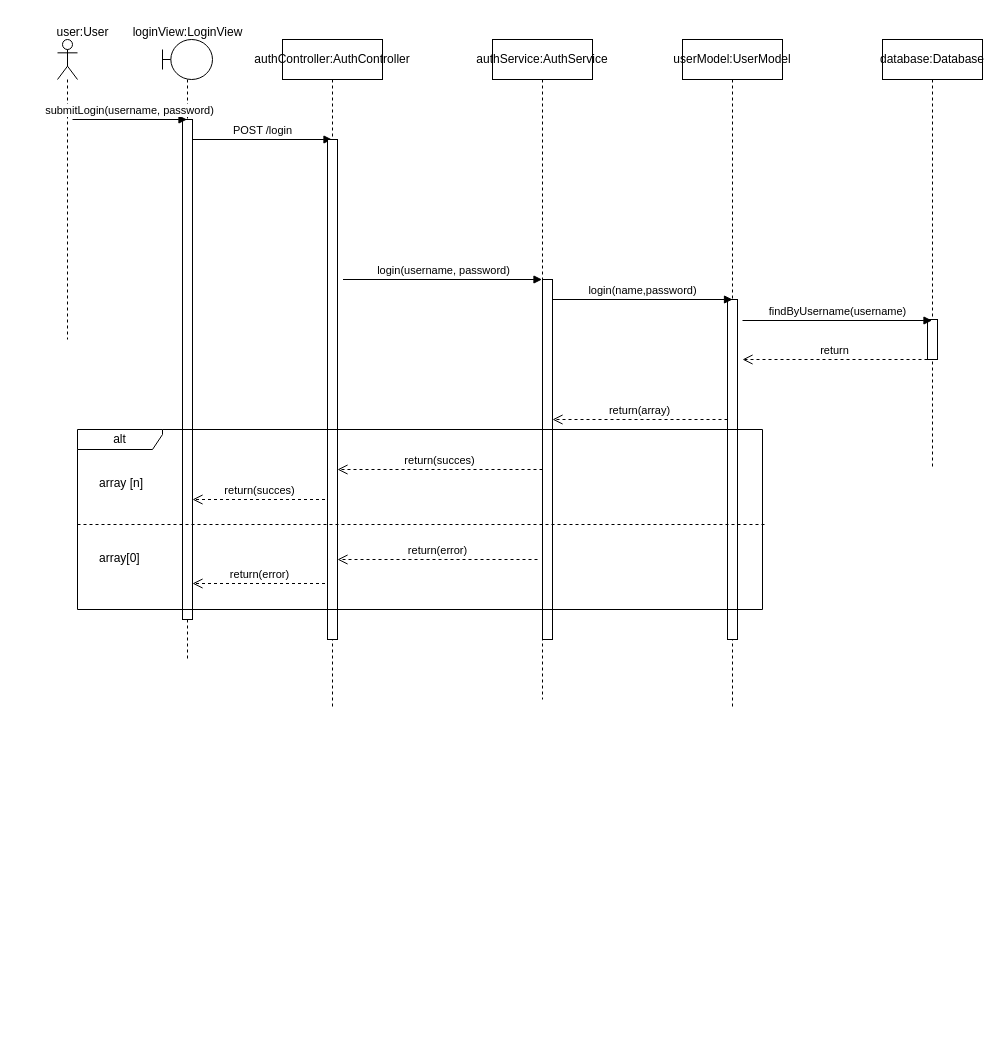
spiritou/MO_Data_Entry keeps this draw.io diagram as docs/diagram/sequence/Login.drawio. Above is the earlier version. Source tidied: cells renumbered, new cells numbered last; positions are measured from the earlier drawing's top-left corner, leaving out a move shared by most shapes. Both pictures are drawn from the tidied source at 100%, with x=0, y=0 at pixel (57, 17).
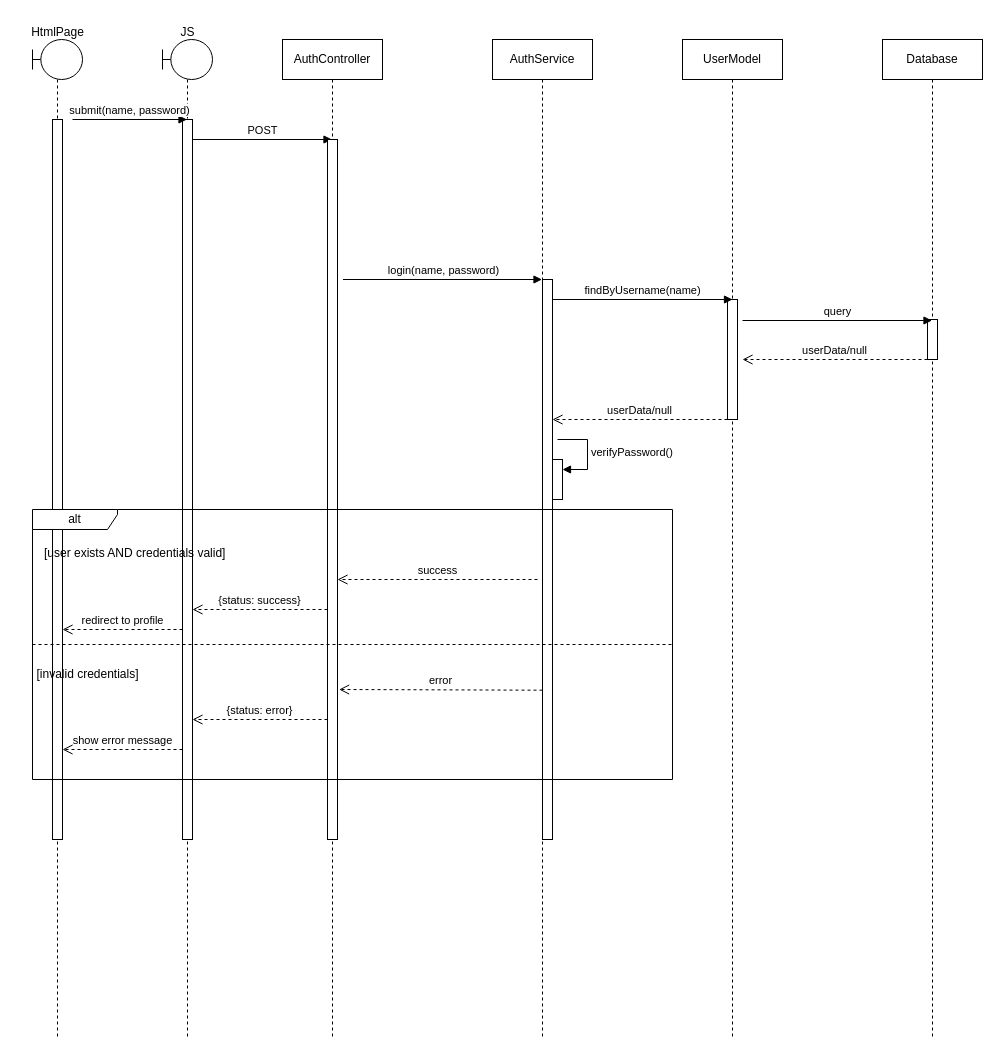
After the change.

Commit message:
sqce diagram completed

Change to the diagram source:
```diff
@@
-    <mxCell id="2" style="shape=umlLifeline;perimeter=lifelinePerimeter;whiteSpace=wrap;html=1;newEdgeStyle={&quot;curved&quot;:0,&quot;rounded&quot;:0};participant=umlActor;size=40;" parent="1" vertex="1">
-      <mxGeometry y="22" width="20" height="300" as="geometry" />
-    </mxCell>
     <mxCell id="3" style="shape=umlLifeline;perimeter=lifelinePerimeter;whiteSpace=wrap;html=1;outlineConnect=0;portConstraint=eastwest;newEdgeStyle={&quot;curved&quot;:0,&quot;rounded&quot;:0};participant=umlBoundary;" parent="1" vertex="1">
-      <mxGeometry x="105" y="22" width="50" height="620" as="geometry" />
+      <mxGeometry x="105" y="22" width="50" height="1000" as="geometry" />
     </mxCell>
     <mxCell id="4" style="html=1;perimeter=orthogonalPerimeter;targetShapes=umlLifeline;newEdgeStyle={&quot;curved&quot;:0,&quot;rounded&quot;:0};" parent="3" vertex="1">
-      <mxGeometry x="20" y="80" width="10" height="500" as="geometry" />
+      <mxGeometry x="20" y="80" width="10" height="720" as="geometry" />
     </mxCell>
-    <mxCell id="5" value="user:User" style="text;html=1;align=center;verticalAlign=middle;strokeColor=none;fillColor=none;" parent="1" vertex="1">
-      <mxGeometry width="50" height="30" as="geometry" />
+    <mxCell id="5" value="HtmlPage" style="text;html=1;align=center;verticalAlign=middle;strokeColor=none;fillColor=none;" parent="1" vertex="1">
+      <mxGeometry x="-40" width="80" height="30" as="geometry" />
     </mxCell>
-    <mxCell id="6" value="loginView:LoginView" style="text;html=1;align=center;verticalAlign=middle;strokeColor=none;fillColor=none;" parent="1" vertex="1">
-      <mxGeometry x="85" width="90" height="30" as="geometry" />
+    <mxCell id="6" value="JS" style="text;html=1;align=center;verticalAlign=middle;strokeColor=none;fillColor=none;" parent="1" vertex="1">
+      <mxGeometry x="110" width="40" height="30" as="geometry" />
     </mxCell>
-    <mxCell id="7" value="authService:AuthService" style="shape=umlLifeline;perimeter=lifelinePerimeter;whiteSpace=wrap;html=1;outlineConnect=0;portConstraint=eastwest;newEdgeStyle={&quot;curved&quot;:0,&quot;rounded&quot;:0};" parent="1" vertex="1">
-      <mxGeometry x="435" y="22" width="100" height="660" as="geometry" />
+    <mxCell id="7" value="AuthService" style="shape=umlLifeline;perimeter=lifelinePerimeter;whiteSpace=wrap;html=1;outlineConnect=0;portConstraint=eastwest;newEdgeStyle={&quot;curved&quot;:0,&quot;rounded&quot;:0};" parent="1" vertex="1">
+      <mxGeometry x="435" y="22" width="100" height="1000" as="geometry" />
     </mxCell>
     <mxCell id="8" style="html=1;perimeter=orthogonalPerimeter;targetShapes=umlLifeline;newEdgeStyle={&quot;curved&quot;:0,&quot;rounded&quot;:0};" parent="7" vertex="1">
-      <mxGeometry x="50" y="240" width="10" height="360" as="geometry" />
+      <mxGeometry x="50" y="240" width="10" height="560" as="geometry" />
     </mxCell>
+    <mxCell id="29" style="html=1;points=[[0,0,0,0,5],[0,1,0,0,-5],[1,0,0,0,5],[1,1,0,0,-5]];perimeter=orthogonalPerimeter;outlineConnect=0;targetShapes=umlLifeline;portConstraint=eastwest;newEdgeStyle={&quot;curved&quot;:0,&quot;rounded&quot;:0};" parent="7" vertex="1">
+      <mxGeometry x="60" y="420" width="10" height="40" as="geometry" />
+    </mxCell>
+    <mxCell id="30" value="verifyPassword()" style="html=1;align=left;spacingLeft=2;endArrow=block;rounded=0;edgeStyle=orthogonalEdgeStyle;curved=0;rounded=0;" parent="7" edge="1" target="29">
+      <mxGeometry relative="1" as="geometry">
+        <mxPoint x="65" y="400" as="sourcePoint" />
+        <Array as="points">
+          <mxPoint x="95" y="430" />
+        </Array>
+      </mxGeometry>
+    </mxCell>
-    <mxCell id="9" value="userModel:UserModel" style="shape=umlLifeline;perimeter=lifelinePerimeter;whiteSpace=wrap;html=1;newEdgeStyle={&quot;curved&quot;:0,&quot;rounded&quot;:0};" parent="1" vertex="1">
-      <mxGeometry x="625" y="22" width="100" height="670" as="geometry" />
+    <mxCell id="9" value="UserModel" style="shape=umlLifeline;perimeter=lifelinePerimeter;whiteSpace=wrap;html=1;newEdgeStyle={&quot;curved&quot;:0,&quot;rounded&quot;:0};" parent="1" vertex="1">
+      <mxGeometry x="625" y="22" width="100" height="1000" as="geometry" />
     </mxCell>
     <mxCell id="10" style="html=1;perimeter=orthogonalPerimeter;targetShapes=umlLifeline;newEdgeStyle={&quot;curved&quot;:0,&quot;rounded&quot;:0};" parent="9" vertex="1">
-      <mxGeometry x="45" y="260" width="10" height="340" as="geometry" />
+      <mxGeometry x="45" y="260" width="10" height="120" as="geometry" />
     </mxCell>
-    <mxCell id="11" value="submitLogin(username, password)" style="html=1;verticalAlign=bottom;endArrow=block;curved=0;rounded=0;" parent="1" edge="1" target="3">
+    <mxCell id="11" value="submit(name, password)" style="html=1;verticalAlign=bottom;endArrow=block;curved=0;rounded=0;" parent="1" edge="1" target="3">
       <mxGeometry relative="1" as="geometry">
         <mxPoint x="15" y="102" as="sourcePoint" />
       </mxGeometry>
     </mxCell>
-    <mxCell id="12" value="POST /login" style="html=1;verticalAlign=bottom;endArrow=block;curved=0;rounded=0;" parent="1" edge="1">
+    <mxCell id="12" value="POST" style="html=1;verticalAlign=bottom;endArrow=block;curved=0;rounded=0;" parent="1" edge="1">
       <mxGeometry relative="1" as="geometry">
         <mxPoint x="135" y="122" as="sourcePoint" />
         <mxPoint x="274.5" y="122" as="targetPoint" />
       </mxGeometry>
     </mxCell>
-    <mxCell id="13" value="login(username, password)" style="html=1;verticalAlign=bottom;endArrow=block;curved=0;rounded=0;" parent="1" edge="1" target="7">
+    <mxCell id="13" value="login(name, password)" style="html=1;verticalAlign=bottom;endArrow=block;curved=0;rounded=0;" parent="1" edge="1" target="7">
       <mxGeometry relative="1" as="geometry">
         <mxPoint x="285.5" y="262" as="sourcePoint" />
       </mxGeometry>
     </mxCell>
-    <mxCell id="14" value="authController:AuthController" style="shape=umlLifeline;perimeter=lifelinePerimeter;whiteSpace=wrap;html=1;newEdgeStyle={&quot;curved&quot;:0,&quot;rounded&quot;:0};" parent="1" vertex="1">
-      <mxGeometry x="225" y="22" width="100" height="670" as="geometry" />
+    <mxCell id="14" value="AuthController" style="shape=umlLifeline;perimeter=lifelinePerimeter;whiteSpace=wrap;html=1;newEdgeStyle={&quot;curved&quot;:0,&quot;rounded&quot;:0};" parent="1" vertex="1">
+      <mxGeometry x="225" y="22" width="100" height="1000" as="geometry" />
     </mxCell>
     <mxCell id="15" style="html=1;points=[[0,0,0,0,5],[0,1,0,0,-5],[1,0,0,0,5],[1,1,0,0,-5]];perimeter=orthogonalPerimeter;outlineConnect=0;targetShapes=umlLifeline;portConstraint=eastwest;newEdgeStyle={&quot;curved&quot;:0,&quot;rounded&quot;:0};" parent="14" vertex="1">
-      <mxGeometry x="45" y="100" width="10" height="500" as="geometry" />
+      <mxGeometry x="45" y="100" width="10" height="700" as="geometry" />
     </mxCell>
-    <mxCell id="16" value="database:Database" style="shape=umlLifeline;perimeter=lifelinePerimeter;whiteSpace=wrap;html=1;outlineConnect=0;portConstraint=eastwest;newEdgeStyle={&quot;curved&quot;:0,&quot;rounded&quot;:0};" parent="1" vertex="1">
-      <mxGeometry x="825" y="22" width="100" height="430" as="geometry" />
+    <mxCell id="16" value="Database" style="shape=umlLifeline;perimeter=lifelinePerimeter;whiteSpace=wrap;html=1;outlineConnect=0;portConstraint=eastwest;newEdgeStyle={&quot;curved&quot;:0,&quot;rounded&quot;:0};" parent="1" vertex="1">
+      <mxGeometry x="825" y="22" width="100" height="1000" as="geometry" />
     </mxCell>
@@
-    <mxCell id="18" value="findByUsername(username)" style="html=1;verticalAlign=bottom;endArrow=block;curved=0;rounded=0;" parent="1" edge="1" target="16">
+    <mxCell id="18" value="query" style="html=1;verticalAlign=bottom;endArrow=block;curved=0;rounded=0;" parent="1" edge="1" target="16">
       <mxGeometry relative="1" as="geometry">
         <mxPoint x="685" y="303" as="sourcePoint" />
       </mxGeometry>
     </mxCell>
-    <mxCell id="19" value="return" style="html=1;verticalAlign=bottom;endArrow=open;dashed=1;endSize=8;curved=0;rounded=0;exitX=0;exitY=1;exitDx=0;exitDy=-5;exitPerimeter=0;" parent="1" edge="1">
+    <mxCell id="19" value="userData/null" style="html=1;verticalAlign=bottom;endArrow=open;dashed=1;endSize=8;curved=0;rounded=0;exitX=0;exitY=1;exitDx=0;exitDy=-5;exitPerimeter=0;" parent="1" edge="1">
       <mxGeometry relative="1" as="geometry">
         <mxPoint x="870" y="342" as="sourcePoint" />
         <mxPoint x="685" y="342" as="targetPoint" />
       </mxGeometry>
     </mxCell>
-    <mxCell id="20" value="login(name,password)" style="html=1;verticalAlign=bottom;endArrow=block;curved=0;rounded=0;" parent="1" edge="1">
+    <mxCell id="20" value="findByUsername(name)" style="html=1;verticalAlign=bottom;endArrow=block;curved=0;rounded=0;" parent="1" edge="1">
       <mxGeometry relative="1" as="geometry">
         <mxPoint x="495" y="282" as="sourcePoint" />
         <mxPoint x="675" y="282" as="targetPoint" />
       </mxGeometry>
     </mxCell>
-    <mxCell id="21" value="return(array)" style="html=1;verticalAlign=bottom;endArrow=open;dashed=1;endSize=8;curved=0;rounded=0;exitX=0;exitY=1;exitDx=0;exitDy=-5;exitPerimeter=0;" parent="1" edge="1">
+    <mxCell id="21" value="userData/null" style="html=1;verticalAlign=bottom;endArrow=open;dashed=1;endSize=8;curved=0;rounded=0;exitX=0;exitY=1;exitDx=0;exitDy=-5;exitPerimeter=0;" parent="1" edge="1">
       <mxGeometry relative="1" as="geometry">
         <mxPoint x="670" y="402" as="sourcePoint" />
         <mxPoint x="495" y="402" as="targetPoint" />
       </mxGeometry>
     </mxCell>
+    <mxCell id="31" style="shape=umlLifeline;perimeter=lifelinePerimeter;whiteSpace=wrap;html=1;newEdgeStyle={&quot;curved&quot;:0,&quot;rounded&quot;:0};participant=umlBoundary;" parent="1" vertex="1">
+      <mxGeometry x="-25" y="22" width="50" height="1000" as="geometry" />
+    </mxCell>
+    <mxCell id="32" style="html=1;perimeter=orthogonalPerimeter;targetShapes=umlLifeline;newEdgeStyle={&quot;curved&quot;:0,&quot;rounded&quot;:0};" parent="31" vertex="1">
+      <mxGeometry x="20" y="80" width="10" height="720" as="geometry" />
+    </mxCell>
     <mxCell id="22" value="alt" style="shape=umlFrame;whiteSpace=wrap;html=1;width=85;height=20;" parent="1" vertex="1">
-      <mxGeometry x="20" y="412" width="685" height="180" as="geometry" />
+      <mxGeometry x="-25" y="492" width="640" height="270" as="geometry" />
     </mxCell>
+    <mxCell id="24" style="line;strokeWidth=1;dashed=1;labelPosition=center;verticalLabelPosition=bottom;align=left;verticalAlign=top;spacingLeft=20;spacingTop=15;html=1;whiteSpace=wrap;" parent="22" vertex="1">
+      <mxGeometry y="130" width="640" height="10" as="geometry" />
+    </mxCell>
-    <mxCell id="23" value="array [n]" style="text;html=1;" parent="22" vertex="1">
+    <mxCell id="23" value="[user exists AND credentials valid]" style="text;html=1;" parent="22" vertex="1">
       <mxGeometry width="100" height="20" relative="1" as="geometry">
-        <mxPoint x="20" y="40" as="offset" />
+        <mxPoint x="10" y="30" as="offset" />
       </mxGeometry>
     </mxCell>
-    <mxCell id="24" value="array[0]" style="line;strokeWidth=1;dashed=1;labelPosition=center;verticalLabelPosition=bottom;align=left;verticalAlign=top;spacingLeft=20;spacingTop=15;html=1;whiteSpace=wrap;" parent="22" vertex="1">
-      <mxGeometry y="90" width="690" height="10" as="geometry" />
-    </mxCell>
-    <mxCell id="25" value="return(succes)" style="html=1;verticalAlign=bottom;endArrow=open;dashed=1;endSize=8;curved=0;rounded=0;exitX=0;exitY=1;exitDx=0;exitDy=-5;exitPerimeter=0;" parent="22" edge="1">
-      <mxGeometry relative="1" as="geometry">
-        <mxPoint x="465" y="40" as="sourcePoint" />
-        <mxPoint x="260" y="40" as="targetPoint" />
-      </mxGeometry>
-    </mxCell>
-    <mxCell id="26" value="return(succes)" style="html=1;verticalAlign=bottom;endArrow=open;dashed=1;endSize=8;curved=0;rounded=0;exitX=0;exitY=1;exitDx=0;exitDy=-5;exitPerimeter=0;" parent="22" edge="1">
-      <mxGeometry relative="1" as="geometry">
-        <mxPoint x="247.5" y="70" as="sourcePoint" />
-        <mxPoint x="115" y="70" as="targetPoint" />
-      </mxGeometry>
-    </mxCell>
-    <mxCell id="27" value="return(error)" style="html=1;verticalAlign=bottom;endArrow=open;dashed=1;endSize=8;curved=0;rounded=0;exitX=0;exitY=1;exitDx=0;exitDy=-5;exitPerimeter=0;" parent="22" edge="1" target="15">
-      <mxGeometry relative="1" as="geometry">
-        <mxPoint x="460" y="130" as="sourcePoint" />
-      </mxGeometry>
-    </mxCell>
-    <mxCell id="28" value="return(error)" style="html=1;verticalAlign=bottom;endArrow=open;dashed=1;endSize=8;curved=0;rounded=0;exitX=0;exitY=1;exitDx=0;exitDy=-5;exitPerimeter=0;" parent="22" edge="1">
-      <mxGeometry relative="1" as="geometry">
-        <mxPoint x="247.5" y="154" as="sourcePoint" />
-        <mxPoint x="115" y="154" as="targetPoint" />
-      </mxGeometry>
-    </mxCell>
+    <mxCell id="33" value="[invalid credentials]" style="text;html=1;align=center;verticalAlign=middle;strokeColor=none;fillColor=none;" parent="22" vertex="1">
+      <mxGeometry x="-10" y="150" width="130" height="30" as="geometry" />
+    </mxCell>
+    <mxCell id="34" value="success" style="html=1;verticalAlign=bottom;endArrow=open;dashed=1;endSize=8;curved=0;rounded=0;" parent="22" edge="1" target="15">
+      <mxGeometry relative="1" as="geometry">
+        <mxPoint x="505" y="70" as="sourcePoint" />
+      </mxGeometry>
+    </mxCell>
+    <mxCell id="35" value="{status: success}" style="html=1;verticalAlign=bottom;endArrow=open;dashed=1;endSize=8;curved=0;rounded=0;" parent="22" edge="1">
+      <mxGeometry relative="1" as="geometry">
+        <mxPoint x="295" y="100" as="sourcePoint" />
+        <mxPoint x="160" y="100" as="targetPoint" />
+      </mxGeometry>
+    </mxCell>
+    <mxCell id="36" value="error" style="html=1;verticalAlign=bottom;endArrow=open;dashed=1;endSize=8;curved=0;rounded=0;exitX=0;exitY=0.838;exitDx=0;exitDy=0;exitPerimeter=0;entryX=1.156;entryY=0.863;entryDx=0;entryDy=0;entryPerimeter=0;" parent="22" edge="1">
+      <mxGeometry relative="1" as="geometry">
+        <mxPoint x="510" y="180.7" as="sourcePoint" />
+        <mxPoint x="306.6" y="180" as="targetPoint" />
+      </mxGeometry>
+    </mxCell>
+    <mxCell id="37" value="{status: error}" style="html=1;verticalAlign=bottom;endArrow=open;dashed=1;endSize=8;curved=0;rounded=0;" parent="22" edge="1">
+      <mxGeometry relative="1" as="geometry">
+        <mxPoint x="295" y="210" as="sourcePoint" />
+        <mxPoint x="160" y="210" as="targetPoint" />
+      </mxGeometry>
+    </mxCell>
+    <mxCell id="38" value="redirect to profile" style="html=1;verticalAlign=bottom;endArrow=open;dashed=1;endSize=8;curved=0;rounded=0;" parent="22" edge="1">
+      <mxGeometry relative="1" as="geometry">
+        <mxPoint x="150" y="120" as="sourcePoint" />
+        <mxPoint x="30" y="120" as="targetPoint" />
+      </mxGeometry>
+    </mxCell>
+    <mxCell id="39" value="show error message" style="html=1;verticalAlign=bottom;endArrow=open;dashed=1;endSize=8;curved=0;rounded=0;" parent="22" edge="1">
+      <mxGeometry relative="1" as="geometry">
+        <mxPoint x="150" y="240" as="sourcePoint" />
+        <mxPoint x="30" y="240" as="targetPoint" />
+      </mxGeometry>
+    </mxCell>
```
